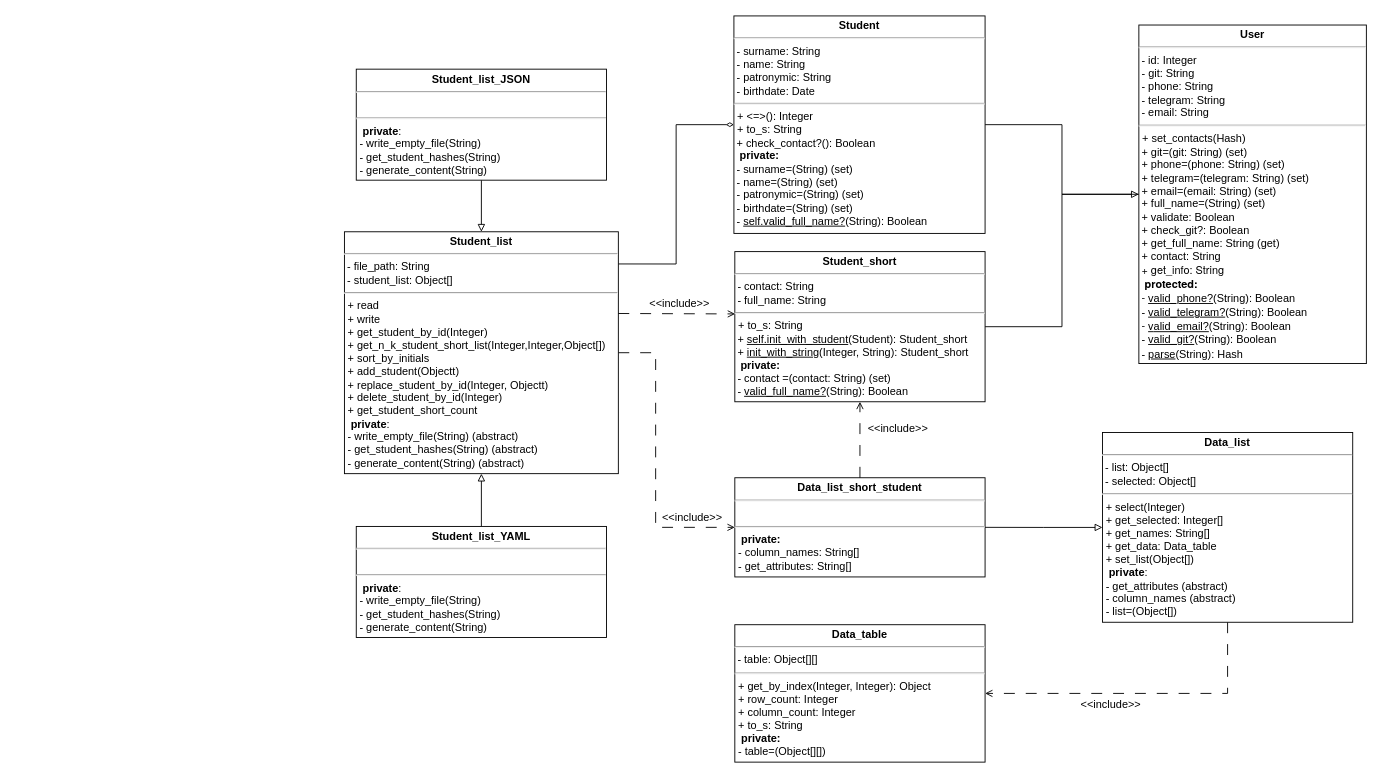
Above: Student Authorization System/Student_Diagr.drawio in asyanix/designPatterns (draw.io), before the change. Source tidied: cells renumbered, new cells numbered last; positions are measured from the earlier drawing's top-left corner, leaving out a move shared by most shapes. Both pictures are drawn from the tidied source at 91%, with x=0, y=0 at pixel (344, 15).
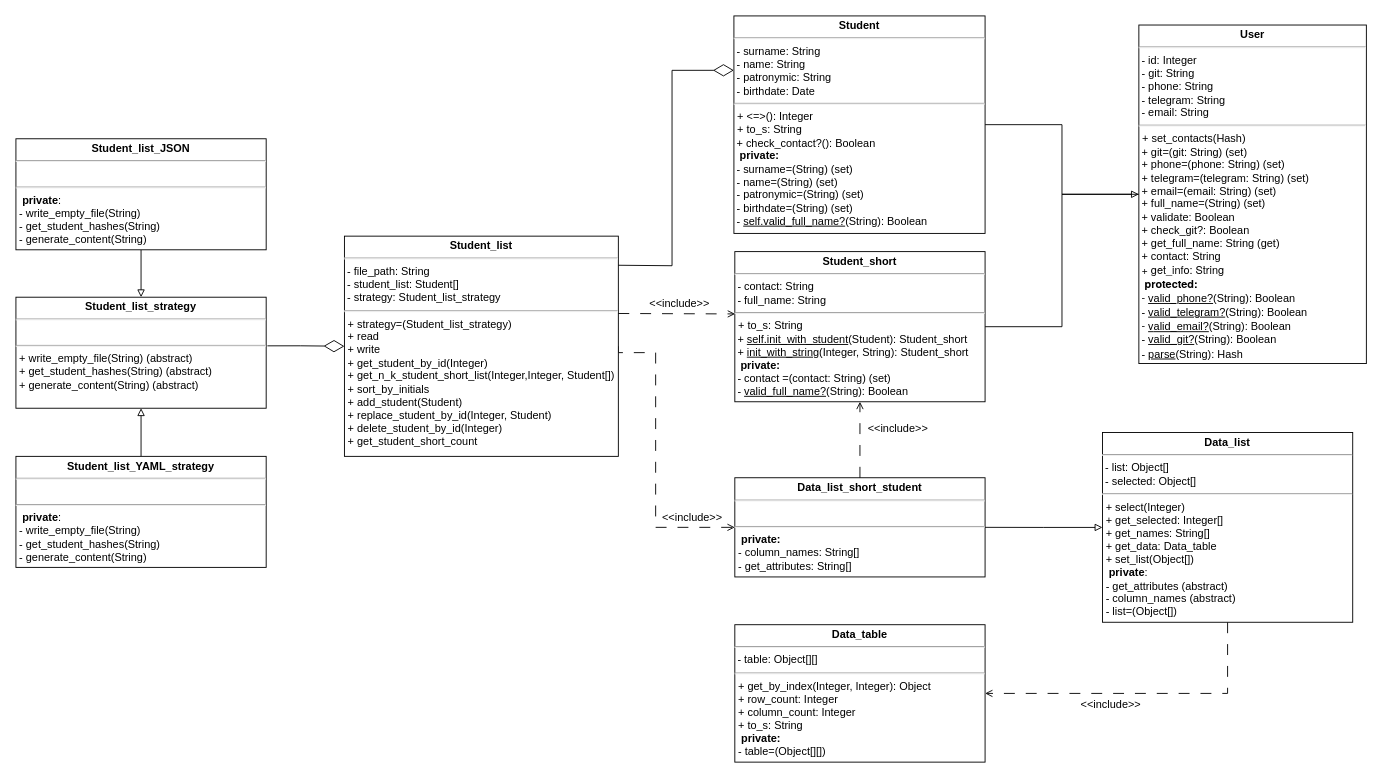
After the change.

Commit message (it also covers changes not shown here):
LR4.2.5-6: Strategy pattern was applied for 3 classes. The class diagram has been modified.

The change refers to these unchanged cells:
```xml
<mxCell id="4" value="&lt;p style=&quot;margin: 4px 0px 0px; text-align: center; font-size: 12px;&quot;&gt;&lt;b style=&quot;font-size: 12px;&quot;&gt;&lt;font style=&quot;font-size: 12px;&quot;&gt;Student&lt;/font&gt;&lt;/b&gt;&lt;/p&gt;&lt;hr style=&quot;font-size: 12px;&quot;&gt;&lt;div style=&quot;border-color: var(--border-color); font-size: 12px;&quot;&gt;&lt;font style=&quot;border-color: var(--border-color); font-size: 12px;&quot;&gt;&amp;nbsp;- surname: String&amp;nbsp;&lt;br style=&quot;font-size: 12px;&quot;&gt;&lt;/font&gt;&lt;/div&gt;&lt;div style=&quot;border-color: var(--border-color); font-size: 12px;&quot;&gt;&lt;font style=&quot;border-color: var(--border-color); font-size: 12px;&quot;&gt;&amp;nbsp;- name: String&amp;nbsp;&lt;/font&gt;&lt;/div&gt;&lt;div style=&quot;border-color: var(--border-color); font-size: 12px;&quot;&gt;&lt;font style=&quot;border-color: var(--border-color); font-size: 12px;&quot;&gt;&amp;nbsp;- patronymic: String&lt;/font&gt;&lt;/div&gt;&lt;div style=&quot;border-color: var(--border-color); font-size: 12px;&quot;&gt;&lt;font style=&quot;border-color: var(--border-color); font-size: 12px;&quot;&gt;&amp;nbsp;- birthdate: Date&amp;nbsp;&lt;/font&gt;&lt;/div&gt;&lt;hr style=&quot;font-size: 12px;&quot;&gt;&lt;p style=&quot;margin: 0px 0px 0px 4px; font-size: 12px;&quot;&gt;&lt;font style=&quot;font-size: 12px;&quot;&gt;+&amp;nbsp;&lt;/font&gt;&amp;lt;=&amp;gt;(): Integer&lt;/p&gt;&lt;p style=&quot;margin: 0px 0px 0px 4px; font-size: 12px;&quot;&gt;&lt;font style=&quot;font-size: 12px;&quot;&gt;+ t&lt;/font&gt;o_s: String&lt;span style=&quot;font-size: 12px; background-color: initial;&quot; class=&quot;Apple-converted-space&quot;&gt;&amp;nbsp;&lt;/span&gt;&lt;/p&gt;&lt;font style=&quot;font-size: 12px;&quot;&gt;&amp;nbsp;+&amp;nbsp;check_contact?(): Boolean&lt;br&gt;&amp;nbsp;&amp;nbsp;&lt;b&gt;private:&lt;/b&gt;&lt;br style=&quot;font-size: 12px;&quot;&gt;&amp;nbsp;- surname=(String) (set)&lt;br style=&quot;font-size: 12px;&quot;&gt;&amp;nbsp;- name=(String) (set)&lt;br style=&quot;font-size: 12px;&quot;&gt;&amp;nbsp;- patronymic=(String)&amp;nbsp;&lt;span style=&quot;background-color: initial; font-size: 12px;&quot; class=&quot;Apple-converted-space&quot;&gt;(set)&lt;br&gt;&amp;nbsp;- birthdate=(String) (set)&lt;span style=&quot;background-color: initial; font-size: 12px;&quot;&gt;&lt;br style=&quot;font-size: 12px;&quot;&gt;&lt;/span&gt;&amp;nbsp;-&amp;nbsp;&lt;u&gt;self.valid_full_name?&lt;/u&gt;(String): Boolean&lt;span style=&quot;font-size: 12px; background-color: initial;&quot; class=&quot;Apple-converted-space&quot;&gt;&amp;nbsp;&lt;/span&gt;&lt;/span&gt;&lt;br style=&quot;font-size: 12px;&quot;&gt;&lt;br style=&quot;font-size: 12px;&quot;&gt;&lt;span style=&quot;background-color: initial; font-size: 12px;&quot; class=&quot;Apple-converted-space&quot;&gt;&amp;nbsp;&lt;/span&gt;&lt;/font&gt;" style="verticalAlign=top;align=left;overflow=fill;fontSize=12;fontFamily=Helvetica;html=1;whiteSpace=wrap;spacingLeft=1;spacing=0;spacingTop=0;" parent="1" vertex="1">
  <mxGeometry x="428" width="276" height="239" as="geometry" />
</mxCell>
```

What changed in the source:
```diff
@@
-    <mxCell id="15" style="edgeStyle=orthogonalEdgeStyle;rounded=0;jettySize=auto;html=1;entryX=0;entryY=0.5;entryDx=0;entryDy=0;endArrow=diamondThin;endFill=0;exitX=1;exitY=0.133;exitDx=0;exitDy=0;exitPerimeter=0;" parent="1" edge="1" source="17" target="4">
-      <mxGeometry relative="1" as="geometry" />
-    </mxCell>
@@
-    <mxCell id="17" value="&lt;p style=&quot;margin: 4px 0px 0px; text-align: center;&quot;&gt;&lt;b&gt;Student_list&lt;/b&gt;&lt;/p&gt;&lt;hr style=&quot;&quot;&gt;&lt;div style=&quot;border-color: var(--border-color);&quot;&gt;&amp;nbsp;- file_path: String&lt;/div&gt;&lt;div style=&quot;border-color: var(--border-color);&quot;&gt;&amp;nbsp;- student_list: Object[]&lt;/div&gt;&lt;hr style=&quot;&quot;&gt;&lt;p style=&quot;margin: 0px 0px 0px 4px;&quot;&gt;&lt;span style=&quot;background-color: initial;&quot;&gt;+ read&lt;/span&gt;&lt;/p&gt;&lt;p style=&quot;margin: 0px 0px 0px 4px;&quot;&gt;+ write&lt;/p&gt;&lt;p style=&quot;margin: 0px 0px 0px 4px;&quot;&gt;+ get_student_by_id(Integer)&lt;/p&gt;&lt;p style=&quot;margin: 0px 0px 0px 4px;&quot;&gt;+ get_n_k_student_short_list(Integer,Integer,Object[])&lt;/p&gt;&lt;p style=&quot;margin: 0px 0px 0px 4px;&quot;&gt;+ sort_by_initials&lt;/p&gt;&lt;p style=&quot;margin: 0px 0px 0px 4px;&quot;&gt;+ add_student(Objectt)&lt;/p&gt;&lt;p style=&quot;margin: 0px 0px 0px 4px;&quot;&gt;+ replace_student_by_id(Integer, Objectt)&lt;/p&gt;&lt;p style=&quot;margin: 0px 0px 0px 4px;&quot;&gt;+ delete_student_by_id(Integer)&lt;/p&gt;&lt;p style=&quot;margin: 0px 0px 0px 4px;&quot;&gt;+ get_student_short_count&lt;/p&gt;&lt;p style=&quot;margin: 0px 0px 0px 4px;&quot;&gt;&lt;b&gt;&amp;nbsp;private&lt;/b&gt;:&lt;/p&gt;&lt;p style=&quot;margin: 0px 0px 0px 4px;&quot;&gt;-&amp;nbsp;write_empty_file(String) (abstract)&lt;/p&gt;&lt;p style=&quot;margin: 0px 0px 0px 4px;&quot;&gt;- get_student_hashes(String) (abstract)&lt;/p&gt;&lt;p style=&quot;margin: 0px 0px 0px 4px;&quot;&gt;- generate_content(String) (abstract)&lt;/p&gt;" style="verticalAlign=top;align=left;overflow=fill;fontSize=12;fontFamily=Helvetica;html=1;whiteSpace=wrap;spacingLeft=1;spacing=0;spacingTop=0;" parent="1" vertex="1">
-      <mxGeometry y="237.2" width="301" height="265.8" as="geometry" />
+    <mxCell id="17" value="&lt;p style=&quot;margin: 4px 0px 0px; text-align: center;&quot;&gt;&lt;b&gt;Student_list&lt;/b&gt;&lt;/p&gt;&lt;hr style=&quot;&quot;&gt;&lt;div style=&quot;border-color: var(--border-color);&quot;&gt;&amp;nbsp;- file_path: String&lt;/div&gt;&lt;div style=&quot;border-color: var(--border-color);&quot;&gt;&amp;nbsp;- student_list: Student[]&lt;/div&gt;&lt;div style=&quot;border-color: var(--border-color);&quot;&gt;&amp;nbsp;- strategy: Student_list_strategy&lt;/div&gt;&lt;hr style=&quot;&quot;&gt;&lt;p style=&quot;margin: 0px 0px 0px 4px;&quot;&gt;+ strategy=(Student_list_strategy&lt;span style=&quot;background-color: initial;&quot;&gt;)&lt;/span&gt;&lt;/p&gt;&lt;p style=&quot;margin: 0px 0px 0px 4px;&quot;&gt;&lt;span style=&quot;background-color: initial;&quot;&gt;+ read&lt;/span&gt;&lt;/p&gt;&lt;p style=&quot;margin: 0px 0px 0px 4px;&quot;&gt;+ write&lt;/p&gt;&lt;p style=&quot;margin: 0px 0px 0px 4px;&quot;&gt;+ get_student_by_id(Integer)&lt;/p&gt;&lt;p style=&quot;margin: 0px 0px 0px 4px;&quot;&gt;+ get_n_k_student_short_list(Integer,Integer,&amp;nbsp;Student[])&lt;/p&gt;&lt;p style=&quot;margin: 0px 0px 0px 4px;&quot;&gt;+ sort_by_initials&lt;/p&gt;&lt;p style=&quot;margin: 0px 0px 0px 4px;&quot;&gt;+ add_student(Student)&lt;/p&gt;&lt;p style=&quot;margin: 0px 0px 0px 4px;&quot;&gt;+ replace_student_by_id(Integer, Student)&lt;/p&gt;&lt;p style=&quot;margin: 0px 0px 0px 4px;&quot;&gt;+ delete_student_by_id(Integer)&lt;/p&gt;&lt;p style=&quot;margin: 0px 0px 0px 4px;&quot;&gt;+ get_student_short_count&lt;/p&gt;&lt;p style=&quot;margin: 0px 0px 0px 4px;&quot;&gt;&lt;br&gt;&lt;/p&gt;" style="verticalAlign=top;align=left;overflow=fill;fontSize=12;fontFamily=Helvetica;html=1;whiteSpace=wrap;spacingLeft=1;spacing=0;spacingTop=0;" parent="1" vertex="1">
+      <mxGeometry y="242" width="301" height="242" as="geometry" />
     </mxCell>
@@
-    <mxCell id="21" style="edgeStyle=orthogonalEdgeStyle;rounded=0;jettySize=auto;html=1;exitX=0.5;exitY=1;exitDx=0;exitDy=0;entryX=0.5;entryY=0;entryDx=0;entryDy=0;endArrow=block;endFill=0;" parent="1" edge="1" source="22" target="17">
-      <mxGeometry relative="1" as="geometry" />
-    </mxCell>
+    <mxCell id="25" style="edgeStyle=orthogonalEdgeStyle;rounded=0;jettySize=auto;html=1;entryX=0.5;entryY=0;entryDx=0;entryDy=0;endArrow=block;endFill=0;" parent="1" edge="1" source="22" target="28">
+      <mxGeometry relative="1" as="geometry" />
+    </mxCell>
     <mxCell id="22" value="&lt;p style=&quot;margin: 4px 0px 0px; text-align: center;&quot;&gt;&lt;b&gt;Student_list_JSON&lt;/b&gt;&lt;/p&gt;&lt;hr style=&quot;&quot;&gt;&lt;div style=&quot;border-color: var(--border-color);&quot;&gt;&lt;br&gt;&lt;/div&gt;&lt;hr style=&quot;&quot;&gt;&lt;p style=&quot;margin: 0px 0px 0px 4px;&quot;&gt;&amp;nbsp;&lt;b style=&quot;background-color: initial; border-color: var(--border-color);&quot;&gt;private&lt;/b&gt;:&lt;/p&gt;&lt;p style=&quot;border-color: var(--border-color); margin: 0px 0px 0px 4px;&quot;&gt;-&amp;nbsp;write_empty_file(String)&lt;/p&gt;&lt;p style=&quot;border-color: var(--border-color); margin: 0px 0px 0px 4px;&quot;&gt;- get_student_hashes(String)&lt;/p&gt;&lt;p style=&quot;border-color: var(--border-color); margin: 0px 0px 0px 4px;&quot;&gt;- generate_content(String)&amp;nbsp;&lt;/p&gt;" style="verticalAlign=top;align=left;overflow=fill;fontSize=12;fontFamily=Helvetica;html=1;whiteSpace=wrap;spacingLeft=1;spacing=0;spacingTop=0;" parent="1" vertex="1">
-      <mxGeometry x="13" y="58.5" width="275" height="122" as="geometry" />
+      <mxGeometry x="-361" y="135" width="275" height="122" as="geometry" />
     </mxCell>
-    <mxCell id="23" style="edgeStyle=orthogonalEdgeStyle;rounded=0;jettySize=auto;html=1;exitX=0.5;exitY=0;exitDx=0;exitDy=0;entryX=0.5;entryY=1;entryDx=0;entryDy=0;endArrow=block;endFill=0;" parent="1" edge="1" source="24" target="17">
-      <mxGeometry relative="1" as="geometry" />
-    </mxCell>
-    <mxCell id="24" value="&lt;p style=&quot;margin: 4px 0px 0px; text-align: center;&quot;&gt;&lt;b&gt;Student_list_YAML&lt;/b&gt;&lt;/p&gt;&lt;hr style=&quot;&quot;&gt;&lt;div style=&quot;border-color: var(--border-color);&quot;&gt;&lt;br&gt;&lt;/div&gt;&lt;hr style=&quot;&quot;&gt;&lt;p style=&quot;margin: 0px 0px 0px 4px;&quot;&gt;&amp;nbsp;&lt;b style=&quot;background-color: initial; border-color: var(--border-color);&quot;&gt;private&lt;/b&gt;:&lt;/p&gt;&lt;p style=&quot;border-color: var(--border-color); margin: 0px 0px 0px 4px;&quot;&gt;-&amp;nbsp;write_empty_file(String)&lt;/p&gt;&lt;p style=&quot;border-color: var(--border-color); margin: 0px 0px 0px 4px;&quot;&gt;- get_student_hashes(String)&lt;/p&gt;&lt;p style=&quot;border-color: var(--border-color); margin: 0px 0px 0px 4px;&quot;&gt;- generate_content(String)&amp;nbsp;&lt;/p&gt;" style="verticalAlign=top;align=left;overflow=fill;fontSize=12;fontFamily=Helvetica;html=1;whiteSpace=wrap;spacingLeft=1;spacing=0;spacingTop=0;" parent="1" vertex="1">
-      <mxGeometry x="13" y="561" width="275" height="122" as="geometry" />
-    </mxCell>
+    <mxCell id="26" style="edgeStyle=orthogonalEdgeStyle;rounded=0;jettySize=auto;html=1;entryX=0.5;entryY=1;entryDx=0;entryDy=0;endArrow=block;endFill=0;" parent="1" edge="1" source="27" target="28">
+      <mxGeometry relative="1" as="geometry" />
+    </mxCell>
+    <mxCell id="27" value="&lt;p style=&quot;margin: 4px 0px 0px; text-align: center;&quot;&gt;&lt;b&gt;Student_list_YAML_strategy&lt;/b&gt;&lt;/p&gt;&lt;hr style=&quot;&quot;&gt;&lt;div style=&quot;border-color: var(--border-color);&quot;&gt;&lt;br&gt;&lt;/div&gt;&lt;hr style=&quot;&quot;&gt;&lt;p style=&quot;margin: 0px 0px 0px 4px;&quot;&gt;&amp;nbsp;&lt;b style=&quot;background-color: initial; border-color: var(--border-color);&quot;&gt;private&lt;/b&gt;:&lt;/p&gt;&lt;p style=&quot;border-color: var(--border-color); margin: 0px 0px 0px 4px;&quot;&gt;-&amp;nbsp;write_empty_file(String)&lt;/p&gt;&lt;p style=&quot;border-color: var(--border-color); margin: 0px 0px 0px 4px;&quot;&gt;- get_student_hashes(String)&lt;/p&gt;&lt;p style=&quot;border-color: var(--border-color); margin: 0px 0px 0px 4px;&quot;&gt;- generate_content(String)&amp;nbsp;&lt;/p&gt;" style="verticalAlign=top;align=left;overflow=fill;fontSize=12;fontFamily=Helvetica;html=1;whiteSpace=wrap;spacingLeft=1;spacing=0;spacingTop=0;" parent="1" vertex="1">
+      <mxGeometry x="-361" y="484" width="275" height="122" as="geometry" />
+    </mxCell>
+    <mxCell id="28" value="&lt;p style=&quot;margin: 4px 0px 0px; text-align: center;&quot;&gt;&lt;b&gt;Student_list_strategy&lt;/b&gt;&lt;/p&gt;&lt;hr style=&quot;&quot;&gt;&lt;div style=&quot;border-color: var(--border-color);&quot;&gt;&lt;br&gt;&lt;/div&gt;&lt;hr style=&quot;&quot;&gt;&lt;p style=&quot;margin: 0px 0px 0px 4px;&quot;&gt;&lt;span style=&quot;background-color: initial;&quot;&gt;+ write_empty_file(String) (abstract)&lt;/span&gt;&lt;br&gt;&lt;/p&gt;&lt;p style=&quot;border-color: var(--border-color); margin: 0px 0px 0px 4px;&quot;&gt;+ get_student_hashes(String) (abstract)&lt;/p&gt;&lt;p style=&quot;border-color: var(--border-color); margin: 0px 0px 0px 4px;&quot;&gt;&lt;span style=&quot;background-color: initial;&quot;&gt;+ generate_content(String) (abstract)&lt;/span&gt;&lt;/p&gt;" style="verticalAlign=top;align=left;overflow=fill;fontSize=12;fontFamily=Helvetica;html=1;whiteSpace=wrap;spacingLeft=1;spacing=0;spacingTop=0;" parent="1" vertex="1">
+      <mxGeometry x="-361" y="309.1" width="275" height="122" as="geometry" />
+    </mxCell>
+    <mxCell id="29" style="edgeStyle=orthogonalEdgeStyle;rounded=0;jettySize=auto;html=1;entryX=0;entryY=0.5;entryDx=0;entryDy=0;endArrow=diamondThin;endFill=0;startArrow=none;startFill=0;endSize=20;startSize=20;exitX=1.005;exitY=0.438;exitDx=0;exitDy=0;exitPerimeter=0;" parent="1" edge="1" source="28" target="17">
+      <mxGeometry relative="1" as="geometry" />
+    </mxCell>
+    <mxCell id="30" style="edgeStyle=orthogonalEdgeStyle;rounded=0;jettySize=auto;html=1;entryX=0;entryY=0.25;entryDx=0;entryDy=0;endArrow=diamondThin;endFill=0;startArrow=none;startFill=0;endSize=20;startSize=20;exitX=1.005;exitY=0.438;exitDx=0;exitDy=0;exitPerimeter=0;" parent="1" edge="1" target="4">
+      <mxGeometry relative="1" as="geometry">
+        <mxPoint x="301" y="274" as="sourcePoint" />
+      </mxGeometry>
+    </mxCell>
```
